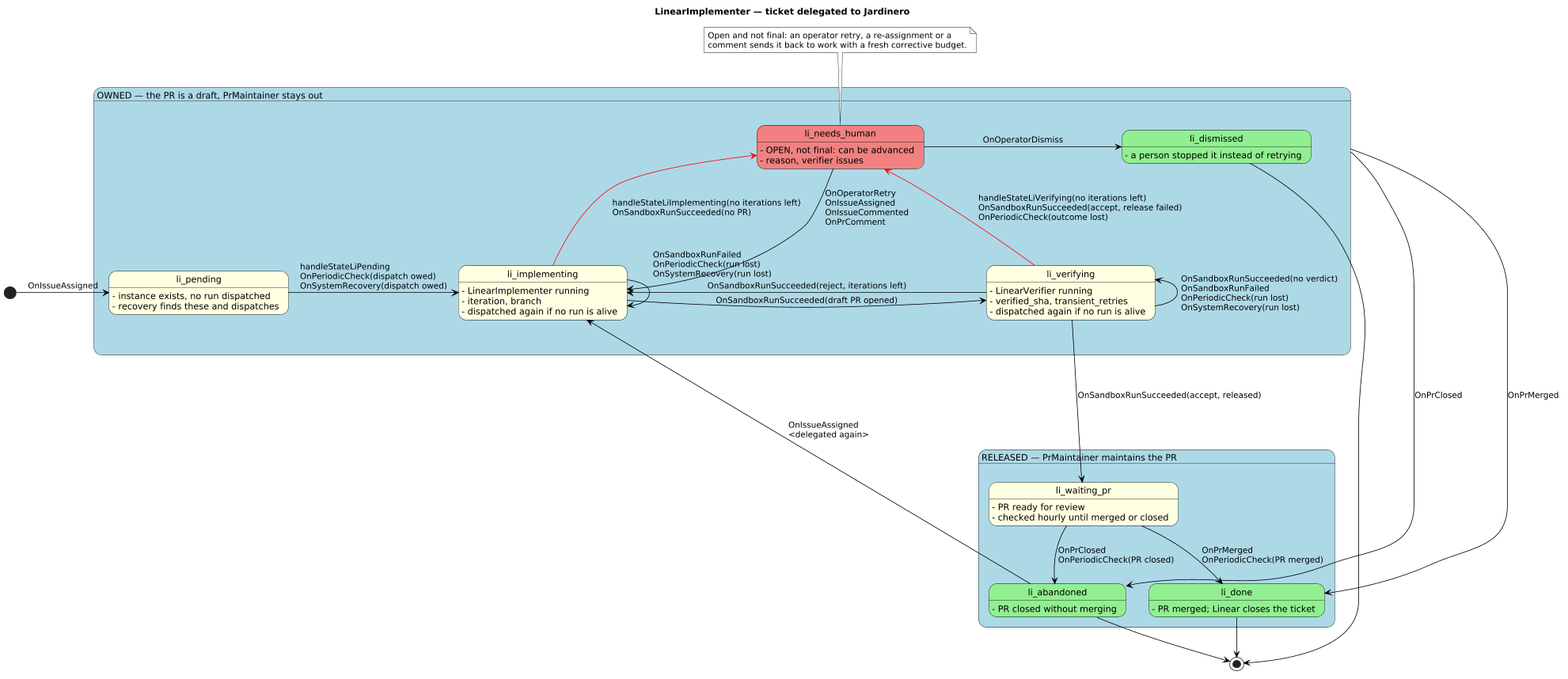
Before: docs/workflow-engine/state-diagrams/02-linear-implementer.png, a diagram exported from PlantUML (LuxorLabs/jardinero).
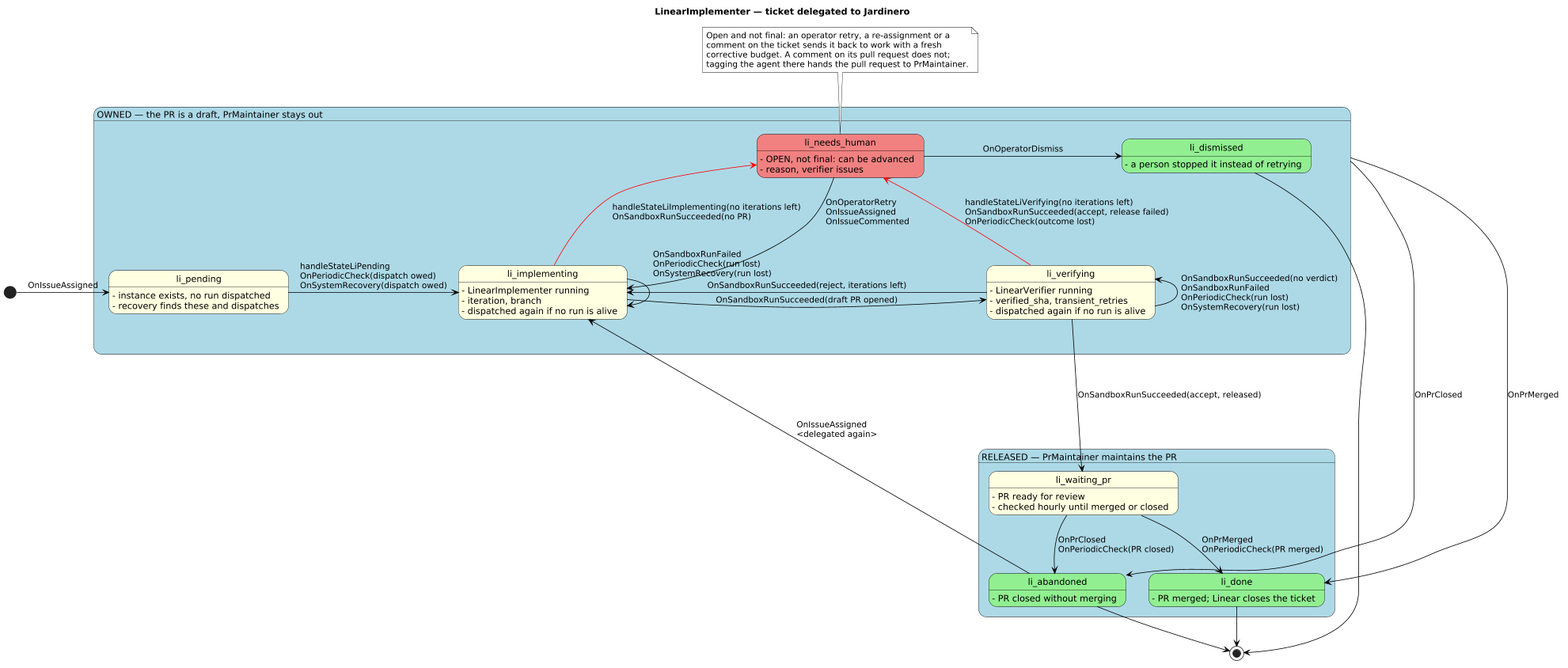
The same diagram one commit later.

Commit message:
orchestrator: remove the Linear implementer pull request comment handler that nothing called

What changed in the source:
```diff
@@ -60,7 +60,7 @@
 Implementing -d-> Implementing: OnSandboxRunFailed\nOnPeriodicCheck(run lost)\nOnSystemRecovery(run lost)\n\n\n\n\n\n
 Implementing -u[#Red]-> NeedsHuman: handleStateLiImplementing(no iterations left)\nOnSandboxRunSucceeded(no PR)
 
-NeedsHuman -d-> Implementing: OnOperatorRetry\nOnIssueAssigned\nOnIssueCommented\nOnPrComment
+NeedsHuman -d-> Implementing: OnOperatorRetry\nOnIssueAssigned\nOnIssueCommented
 NeedsHuman -r-> Dismissed: OnOperatorDismiss
 
 Verifying -l-> Implementing: OnSandboxRunSucceeded(reject, iterations left)
@@ -82,6 +82,8 @@
 
 note top of NeedsHuman
   Open and not final: an operator retry, a re-assignment or a
-  comment sends it back to work with a fresh corrective budget.
+  comment on the ticket sends it back to work with a fresh
+  corrective budget. A comment on its pull request does not;
+  tagging the agent there hands the pull request to PrMaintainer.
 end note
 @enduml
```
